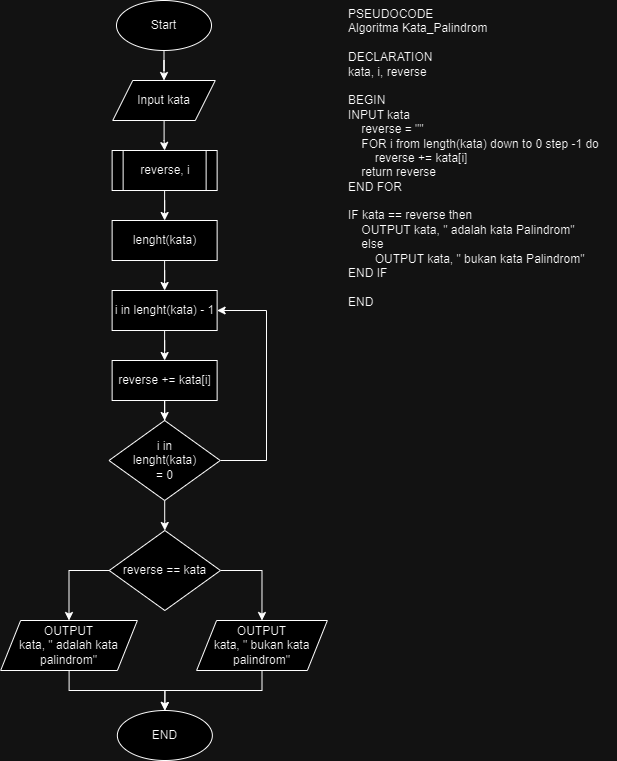
mfdrfauzi/fwg17-computer-science keeps this draw.io diagram as 6-Tasks-Computer-Science-Kata Palindrom.drawio.png. Above is the earlier version. Source tidied: cells renumbered, new cells last; positions are measured from the earlier drawing's top-left corner, leaving out a move shared by most shapes. Source of this version:
```xml
<mxGraphModel>
  <root>
    <mxCell id="0" />
    <mxCell id="1" parent="0" />
    <mxCell id="2" value="PSEUDOCODE&lt;br&gt;&lt;div&gt;Algoritma Kata_Palindrom&lt;/div&gt;&lt;div&gt;&lt;br&gt;&lt;/div&gt;&lt;div&gt;DECLARATION&lt;/div&gt;&lt;div&gt;kata, i, reverse&lt;/div&gt;&lt;div&gt;&lt;br&gt;&lt;/div&gt;&lt;div&gt;BEGIN&lt;/div&gt;&lt;div&gt;INPUT kata&lt;span style=&quot;&quot;&gt;&lt;/span&gt;&lt;/div&gt;&lt;div&gt;&lt;span style=&quot;&quot;&gt;&lt;span style=&quot;&quot;&gt;&lt;span style=&quot;white-space: pre;&quot;&gt;&amp;nbsp;&amp;nbsp;&amp;nbsp;&amp;nbsp;&lt;/span&gt;&lt;/span&gt;reverse = &quot;&quot;&lt;/span&gt;&lt;/div&gt;&lt;div&gt;&lt;span style=&quot;&quot;&gt;&lt;span style=&quot;&quot;&gt;&lt;span style=&quot;white-space: pre;&quot;&gt;&amp;nbsp;&amp;nbsp;&amp;nbsp;&amp;nbsp;FOR&lt;/span&gt;&lt;/span&gt;&amp;nbsp;i from length(kata) down to 0 step -1 do&lt;/span&gt;&lt;/div&gt;&lt;div&gt;&lt;span style=&quot;&quot;&gt;&lt;span style=&quot;&quot;&gt;&lt;span style=&quot;white-space: pre;&quot;&gt;&amp;nbsp;&amp;nbsp;&amp;nbsp;&amp;nbsp;&lt;/span&gt;&lt;span style=&quot;white-space: pre;&quot;&gt;&amp;nbsp;&amp;nbsp;&amp;nbsp;&amp;nbsp;&lt;/span&gt;&lt;/span&gt;reverse += kata[i]&lt;/span&gt;&lt;/div&gt;&lt;div&gt;&lt;span style=&quot;&quot;&gt;&lt;span style=&quot;&quot;&gt;&lt;span style=&quot;white-space: pre;&quot;&gt;&amp;nbsp;&amp;nbsp;&amp;nbsp;&amp;nbsp;&lt;/span&gt;&lt;/span&gt;return reverse&lt;/span&gt;&lt;/div&gt;&lt;div&gt;&lt;span style=&quot;&quot;&gt;END FOR&lt;/span&gt;&lt;/div&gt;&lt;div&gt;&lt;br&gt;&lt;/div&gt;&lt;div&gt;IF kata == reverse then&lt;/div&gt;&lt;div&gt;&lt;span style=&quot;&quot;&gt;&lt;span style=&quot;&quot;&gt;&lt;span style=&quot;white-space: pre;&quot;&gt;&amp;nbsp;&amp;nbsp;&amp;nbsp;&amp;nbsp;&lt;/span&gt;&lt;/span&gt;OUTPUT kata, &quot; adalah kata Palindrom&quot;&lt;/span&gt;&lt;/div&gt;&lt;div&gt;&lt;span style=&quot;&quot;&gt;&lt;span style=&quot;&quot;&gt;&lt;span style=&quot;white-space: pre;&quot;&gt;&amp;nbsp;&amp;nbsp;&amp;nbsp;&amp;nbsp;&lt;/span&gt;&lt;/span&gt;else&lt;/span&gt;&lt;/div&gt;&lt;div&gt;&lt;span style=&quot;&quot;&gt;&lt;span style=&quot;&quot;&gt;&lt;span style=&quot;white-space: pre;&quot;&gt;&amp;nbsp;&amp;nbsp;&amp;nbsp;&amp;nbsp;&lt;/span&gt;&lt;span style=&quot;white-space: pre;&quot;&gt;&amp;nbsp;&amp;nbsp;&amp;nbsp;&amp;nbsp;&lt;/span&gt;&lt;/span&gt;OUTPUT kata, &quot; bukan kata Palindrom&quot;&lt;/span&gt;&lt;/div&gt;&lt;div&gt;END IF&lt;/div&gt;&lt;div&gt;&lt;br&gt;&lt;/div&gt;&lt;div&gt;END&lt;span style=&quot;&quot;&gt;&lt;span style=&quot;white-space: pre;&quot;&gt;&amp;nbsp;&amp;nbsp;&amp;nbsp;&amp;nbsp;&lt;/span&gt;&lt;/span&gt;&lt;/div&gt;" style="text;html=1;align=left;verticalAlign=top;strokeColor=none;fillColor=none;" parent="1" vertex="1">
      <mxGeometry x="346" width="270" height="320" as="geometry" />
    </mxCell>
    <mxCell id="3" style="edgeStyle=orthogonalEdgeStyle;rounded=0;jettySize=auto;html=1;entryX=0.5;entryY=0;entryDx=0;entryDy=0;" parent="1" edge="1" source="4" target="6">
      <mxGeometry relative="1" as="geometry" />
    </mxCell>
    <mxCell id="4" value="Start" style="ellipse;whiteSpace=wrap;html=1;" parent="1" vertex="1">
      <mxGeometry x="116" width="95" height="50" as="geometry" />
    </mxCell>
    <mxCell id="5" style="edgeStyle=orthogonalEdgeStyle;rounded=0;jettySize=auto;html=1;entryX=0.5;entryY=0;entryDx=0;entryDy=0;" parent="1" edge="1" source="6" target="8">
      <mxGeometry relative="1" as="geometry" />
    </mxCell>
    <mxCell id="6" value="Input kata" style="shape=parallelogram;perimeter=parallelogramPerimeter;whiteSpace=wrap;html=1;fixedSize=1;" parent="1" vertex="1">
      <mxGeometry x="112.2" y="80" width="102.5" height="40" as="geometry" />
    </mxCell>
    <mxCell id="7" style="edgeStyle=orthogonalEdgeStyle;rounded=0;jettySize=auto;html=1;entryX=0.5;entryY=0;entryDx=0;entryDy=0;" parent="1" edge="1" source="8" target="10">
      <mxGeometry relative="1" as="geometry" />
    </mxCell>
    <mxCell id="8" value="reverse, i" style="shape=process;whiteSpace=wrap;html=1;backgroundOutline=1;" parent="1" vertex="1">
      <mxGeometry x="111.6" y="150" width="105" height="40" as="geometry" />
    </mxCell>
    <mxCell id="9" style="edgeStyle=orthogonalEdgeStyle;rounded=0;jettySize=auto;html=1;entryX=0.5;entryY=0;entryDx=0;entryDy=0;" parent="1" edge="1" source="10" target="20">
      <mxGeometry relative="1" as="geometry" />
    </mxCell>
    <mxCell id="10" value="lenght(kata)" style="rounded=0;whiteSpace=wrap;html=1;" parent="1" vertex="1">
      <mxGeometry x="111.6" y="220" width="105" height="40" as="geometry" />
    </mxCell>
    <mxCell id="11" style="edgeStyle=orthogonalEdgeStyle;rounded=0;jettySize=auto;html=1;entryX=0.5;entryY=0;entryDx=0;entryDy=0;" parent="1" edge="1" source="13" target="23">
      <mxGeometry relative="1" as="geometry" />
    </mxCell>
    <mxCell id="12" style="edgeStyle=orthogonalEdgeStyle;rounded=0;jettySize=auto;html=1;entryX=1;entryY=0.5;entryDx=0;entryDy=0;" parent="1" edge="1" source="13" target="20">
      <mxGeometry relative="1" as="geometry">
        <Array as="points">
          <mxPoint x="266" y="460" />
          <mxPoint x="266" y="310" />
        </Array>
      </mxGeometry>
    </mxCell>
    <mxCell id="13" value="i in&lt;br&gt;lenght(kata)&lt;br&gt;= 0" style="rhombus;whiteSpace=wrap;html=1;" parent="1" vertex="1">
      <mxGeometry x="108.5" y="420" width="111.2" height="80" as="geometry" />
    </mxCell>
    <mxCell id="14" style="edgeStyle=orthogonalEdgeStyle;rounded=0;jettySize=auto;html=1;entryX=0.5;entryY=0;entryDx=0;entryDy=0;" parent="1" edge="1" source="15" target="13">
      <mxGeometry relative="1" as="geometry" />
    </mxCell>
    <mxCell id="15" value="reverse += kata[i]" style="rounded=0;whiteSpace=wrap;html=1;" parent="1" vertex="1">
      <mxGeometry x="111.6" y="360" width="105" height="40" as="geometry" />
    </mxCell>
    <mxCell id="16" style="edgeStyle=orthogonalEdgeStyle;rounded=0;jettySize=auto;html=1;entryX=0.5;entryY=0;entryDx=0;entryDy=0;" parent="1" edge="1" source="17" target="18">
      <mxGeometry relative="1" as="geometry" />
    </mxCell>
    <mxCell id="17" value="OUTPUT&lt;br&gt;kata, &quot; adalah kata palindrom&quot;" style="shape=parallelogram;perimeter=parallelogramPerimeter;whiteSpace=wrap;html=1;fixedSize=1;" parent="1" vertex="1">
      <mxGeometry x="0.1" y="620" width="136.7" height="50" as="geometry" />
    </mxCell>
    <mxCell id="18" value="END" style="ellipse;whiteSpace=wrap;html=1;" parent="1" vertex="1">
      <mxGeometry x="116.8" y="710" width="95" height="50" as="geometry" />
    </mxCell>
    <mxCell id="19" style="edgeStyle=orthogonalEdgeStyle;rounded=0;jettySize=auto;html=1;entryX=0.5;entryY=0;entryDx=0;entryDy=0;" parent="1" edge="1" source="20" target="15">
      <mxGeometry relative="1" as="geometry" />
    </mxCell>
    <mxCell id="20" value="i in lenght(kata) - 1" style="rounded=0;whiteSpace=wrap;html=1;" parent="1" vertex="1">
      <mxGeometry x="111.6" y="290" width="105" height="40" as="geometry" />
    </mxCell>
    <mxCell id="21" style="edgeStyle=orthogonalEdgeStyle;rounded=0;jettySize=auto;html=1;entryX=0.5;entryY=0;entryDx=0;entryDy=0;" parent="1" edge="1" source="23" target="17">
      <mxGeometry relative="1" as="geometry">
        <Array as="points">
          <mxPoint x="68.8" y="570" />
        </Array>
      </mxGeometry>
    </mxCell>
    <mxCell id="22" style="edgeStyle=orthogonalEdgeStyle;rounded=0;jettySize=auto;html=1;entryX=0.5;entryY=0;entryDx=0;entryDy=0;" parent="1" edge="1" source="23" target="25">
      <mxGeometry relative="1" as="geometry">
        <Array as="points">
          <mxPoint x="261.9" y="570" />
        </Array>
      </mxGeometry>
    </mxCell>
    <mxCell id="23" value="reverse == kata" style="rhombus;whiteSpace=wrap;html=1;" parent="1" vertex="1">
      <mxGeometry x="108.7" y="530" width="111.2" height="80" as="geometry" />
    </mxCell>
    <mxCell id="24" style="edgeStyle=orthogonalEdgeStyle;rounded=0;jettySize=auto;html=1;entryX=0.5;entryY=0;entryDx=0;entryDy=0;" parent="1" edge="1" source="25" target="18">
      <mxGeometry relative="1" as="geometry" />
    </mxCell>
    <mxCell id="25" value="OUTPUT&lt;br style=&quot;border-color: var(--border-color);&quot;&gt;kata, &quot; bukan kata palindrom&quot;" style="shape=parallelogram;perimeter=parallelogramPerimeter;whiteSpace=wrap;html=1;fixedSize=1;" parent="1" vertex="1">
      <mxGeometry x="196.1" y="620" width="130.8" height="50" as="geometry" />
    </mxCell>
  </root>
</mxGraphModel>
```
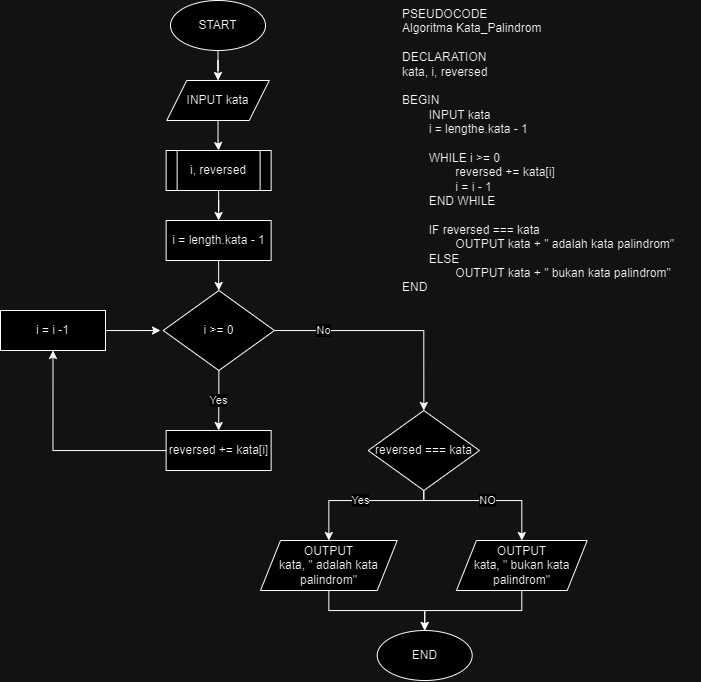
After the change.

What changed in the source:
```diff
@@ -2,90 +2,92 @@
   <root>
     <mxCell id="0" />
     <mxCell id="1" parent="0" />
-    <mxCell id="2" value="PSEUDOCODE&lt;br&gt;&lt;div&gt;Algoritma Kata_Palindrom&lt;/div&gt;&lt;div&gt;&lt;br&gt;&lt;/div&gt;&lt;div&gt;DECLARATION&lt;/div&gt;&lt;div&gt;kata, i, reverse&lt;/div&gt;&lt;div&gt;&lt;br&gt;&lt;/div&gt;&lt;div&gt;BEGIN&lt;/div&gt;&lt;div&gt;INPUT kata&lt;span style=&quot;&quot;&gt;&lt;/span&gt;&lt;/div&gt;&lt;div&gt;&lt;span style=&quot;&quot;&gt;&lt;span style=&quot;&quot;&gt;&lt;span style=&quot;white-space: pre;&quot;&gt;&amp;nbsp;&amp;nbsp;&amp;nbsp;&amp;nbsp;&lt;/span&gt;&lt;/span&gt;reverse = &quot;&quot;&lt;/span&gt;&lt;/div&gt;&lt;div&gt;&lt;span style=&quot;&quot;&gt;&lt;span style=&quot;&quot;&gt;&lt;span style=&quot;white-space: pre;&quot;&gt;&amp;nbsp;&amp;nbsp;&amp;nbsp;&amp;nbsp;FOR&lt;/span&gt;&lt;/span&gt;&amp;nbsp;i from length(kata) down to 0 step -1 do&lt;/span&gt;&lt;/div&gt;&lt;div&gt;&lt;span style=&quot;&quot;&gt;&lt;span style=&quot;&quot;&gt;&lt;span style=&quot;white-space: pre;&quot;&gt;&amp;nbsp;&amp;nbsp;&amp;nbsp;&amp;nbsp;&lt;/span&gt;&lt;span style=&quot;white-space: pre;&quot;&gt;&amp;nbsp;&amp;nbsp;&amp;nbsp;&amp;nbsp;&lt;/span&gt;&lt;/span&gt;reverse += kata[i]&lt;/span&gt;&lt;/div&gt;&lt;div&gt;&lt;span style=&quot;&quot;&gt;&lt;span style=&quot;&quot;&gt;&lt;span style=&quot;white-space: pre;&quot;&gt;&amp;nbsp;&amp;nbsp;&amp;nbsp;&amp;nbsp;&lt;/span&gt;&lt;/span&gt;return reverse&lt;/span&gt;&lt;/div&gt;&lt;div&gt;&lt;span style=&quot;&quot;&gt;END FOR&lt;/span&gt;&lt;/div&gt;&lt;div&gt;&lt;br&gt;&lt;/div&gt;&lt;div&gt;IF kata == reverse then&lt;/div&gt;&lt;div&gt;&lt;span style=&quot;&quot;&gt;&lt;span style=&quot;&quot;&gt;&lt;span style=&quot;white-space: pre;&quot;&gt;&amp;nbsp;&amp;nbsp;&amp;nbsp;&amp;nbsp;&lt;/span&gt;&lt;/span&gt;OUTPUT kata, &quot; adalah kata Palindrom&quot;&lt;/span&gt;&lt;/div&gt;&lt;div&gt;&lt;span style=&quot;&quot;&gt;&lt;span style=&quot;&quot;&gt;&lt;span style=&quot;white-space: pre;&quot;&gt;&amp;nbsp;&amp;nbsp;&amp;nbsp;&amp;nbsp;&lt;/span&gt;&lt;/span&gt;else&lt;/span&gt;&lt;/div&gt;&lt;div&gt;&lt;span style=&quot;&quot;&gt;&lt;span style=&quot;&quot;&gt;&lt;span style=&quot;white-space: pre;&quot;&gt;&amp;nbsp;&amp;nbsp;&amp;nbsp;&amp;nbsp;&lt;/span&gt;&lt;span style=&quot;white-space: pre;&quot;&gt;&amp;nbsp;&amp;nbsp;&amp;nbsp;&amp;nbsp;&lt;/span&gt;&lt;/span&gt;OUTPUT kata, &quot; bukan kata Palindrom&quot;&lt;/span&gt;&lt;/div&gt;&lt;div&gt;END IF&lt;/div&gt;&lt;div&gt;&lt;br&gt;&lt;/div&gt;&lt;div&gt;END&lt;span style=&quot;&quot;&gt;&lt;span style=&quot;white-space: pre;&quot;&gt;&amp;nbsp;&amp;nbsp;&amp;nbsp;&amp;nbsp;&lt;/span&gt;&lt;/span&gt;&lt;/div&gt;" style="text;html=1;align=left;verticalAlign=top;strokeColor=none;fillColor=none;" parent="1" vertex="1">
-      <mxGeometry x="346" width="270" height="320" as="geometry" />
+    <mxCell id="2" value="PSEUDOCODE&lt;br&gt;&lt;div&gt;Algoritma Kata_Palindrom&lt;/div&gt;&lt;div&gt;&lt;br&gt;&lt;/div&gt;&lt;div&gt;DECLARATION&lt;/div&gt;&lt;div&gt;kata, i, reversed&lt;/div&gt;&lt;div&gt;&lt;br&gt;&lt;/div&gt;&lt;div&gt;BEGIN&lt;/div&gt;&lt;div&gt;&lt;span style=&quot;white-space: pre;&quot;&gt;&#9;&lt;/span&gt;INPUT kata&lt;/div&gt;&lt;div&gt;&lt;span style=&quot;white-space: pre;&quot;&gt;&#9;&lt;/span&gt;i = lengthe.kata - 1&lt;br&gt;&lt;/div&gt;&lt;div&gt;&lt;span style=&quot;white-space: pre;&quot;&gt;&#9;&lt;/span&gt;&lt;/div&gt;&lt;div&gt;&lt;span style=&quot;white-space: pre;&quot;&gt;&#9;&lt;/span&gt;WHILE i &amp;gt;= 0&lt;/div&gt;&lt;div&gt;&lt;span style=&quot;white-space: pre;&quot;&gt;&#9;&lt;/span&gt;&lt;span style=&quot;white-space: pre;&quot;&gt;&#9;&lt;/span&gt;reversed += kata[i]&lt;br&gt;&lt;/div&gt;&lt;div&gt;&lt;span style=&quot;white-space: pre;&quot;&gt;&#9;&lt;/span&gt;&lt;span style=&quot;white-space: pre;&quot;&gt;&#9;&lt;/span&gt;i = i - 1&lt;br&gt;&lt;/div&gt;&lt;div&gt;&lt;span style=&quot;white-space: pre;&quot;&gt;&#9;&lt;/span&gt;END WHILE&lt;br&gt;&lt;/div&gt;&lt;div&gt;&lt;br&gt;&lt;/div&gt;&lt;div&gt;&lt;span style=&quot;white-space: pre;&quot;&gt;&#9;&lt;/span&gt;IF reversed === kata&lt;br&gt;&lt;/div&gt;&lt;div&gt;&lt;span style=&quot;white-space: pre;&quot;&gt;&#9;&lt;/span&gt;&lt;span style=&quot;white-space: pre;&quot;&gt;&#9;&lt;/span&gt;OUTPUT kata + &quot; adalah kata palindrom&quot;&lt;br&gt;&lt;/div&gt;&lt;div&gt;&lt;span style=&quot;white-space: pre;&quot;&gt;&#9;&lt;/span&gt;ELSE&lt;br&gt;&lt;/div&gt;&lt;div&gt;&lt;span style=&quot;white-space: pre;&quot;&gt;&#9;&lt;/span&gt;&lt;span style=&quot;white-space: pre;&quot;&gt;&#9;&lt;/span&gt;OUTPUT kata + &quot; bukan kata palindrom&quot;&lt;br&gt;&lt;/div&gt;&lt;div&gt;END&lt;/div&gt;&lt;div&gt;&lt;br&gt;&lt;/div&gt;" style="text;html=1;align=left;verticalAlign=top;strokeColor=none;fillColor=none;" parent="1" vertex="1">
+      <mxGeometry x="346" width="300" height="320" as="geometry" />
     </mxCell>
     <mxCell id="3" style="edgeStyle=orthogonalEdgeStyle;rounded=0;jettySize=auto;html=1;entryX=0.5;entryY=0;entryDx=0;entryDy=0;" parent="1" edge="1" source="4" target="6">
       <mxGeometry relative="1" as="geometry" />
     </mxCell>
-    <mxCell id="4" value="Start" style="ellipse;whiteSpace=wrap;html=1;" parent="1" vertex="1">
+    <mxCell id="4" value="START" style="ellipse;whiteSpace=wrap;html=1;" parent="1" vertex="1">
       <mxGeometry x="116" width="95" height="50" as="geometry" />
     </mxCell>
     <mxCell id="5" style="edgeStyle=orthogonalEdgeStyle;rounded=0;jettySize=auto;html=1;entryX=0.5;entryY=0;entryDx=0;entryDy=0;" parent="1" edge="1" source="6" target="8">
       <mxGeometry relative="1" as="geometry" />
     </mxCell>
-    <mxCell id="6" value="Input kata" style="shape=parallelogram;perimeter=parallelogramPerimeter;whiteSpace=wrap;html=1;fixedSize=1;" parent="1" vertex="1">
+    <mxCell id="6" value="INPUT kata" style="shape=parallelogram;perimeter=parallelogramPerimeter;whiteSpace=wrap;html=1;fixedSize=1;" parent="1" vertex="1">
       <mxGeometry x="112.2" y="80" width="102.5" height="40" as="geometry" />
     </mxCell>
     <mxCell id="7" style="edgeStyle=orthogonalEdgeStyle;rounded=0;jettySize=auto;html=1;entryX=0.5;entryY=0;entryDx=0;entryDy=0;" parent="1" edge="1" source="8" target="10">
       <mxGeometry relative="1" as="geometry" />
     </mxCell>
-    <mxCell id="8" value="reverse, i" style="shape=process;whiteSpace=wrap;html=1;backgroundOutline=1;" parent="1" vertex="1">
+    <mxCell id="8" value="i, reversed" style="shape=process;whiteSpace=wrap;html=1;backgroundOutline=1;" parent="1" vertex="1">
       <mxGeometry x="111.6" y="150" width="105" height="40" as="geometry" />
     </mxCell>
-    <mxCell id="9" style="edgeStyle=orthogonalEdgeStyle;rounded=0;jettySize=auto;html=1;entryX=0.5;entryY=0;entryDx=0;entryDy=0;" parent="1" edge="1" source="10" target="20">
-      <mxGeometry relative="1" as="geometry" />
-    </mxCell>
+    <mxCell id="26" style="edgeStyle=orthogonalEdgeStyle;rounded=0;jettySize=auto;html=1;entryX=0.5;entryY=0;entryDx=0;entryDy=0;" parent="1" edge="1" source="10" target="13">
+      <mxGeometry relative="1" as="geometry" />
+    </mxCell>
-    <mxCell id="10" value="lenght(kata)" style="rounded=0;whiteSpace=wrap;html=1;" parent="1" vertex="1">
+    <mxCell id="10" value="i = length.kata - 1" style="rounded=0;whiteSpace=wrap;html=1;" parent="1" vertex="1">
       <mxGeometry x="111.6" y="220" width="105" height="40" as="geometry" />
     </mxCell>
+    <mxCell id="27" value="Yes" style="edgeStyle=orthogonalEdgeStyle;rounded=0;jettySize=auto;html=1;entryX=0.5;entryY=0;entryDx=0;entryDy=0;" parent="1" edge="1" source="13" target="15">
+      <mxGeometry relative="1" as="geometry" />
+    </mxCell>
     <mxCell id="11" style="edgeStyle=orthogonalEdgeStyle;rounded=0;jettySize=auto;html=1;entryX=0.5;entryY=0;entryDx=0;entryDy=0;" parent="1" edge="1" source="13" target="23">
       <mxGeometry relative="1" as="geometry" />
     </mxCell>
-    <mxCell id="12" style="edgeStyle=orthogonalEdgeStyle;rounded=0;jettySize=auto;html=1;entryX=1;entryY=0.5;entryDx=0;entryDy=0;" parent="1" edge="1" source="13" target="20">
-      <mxGeometry relative="1" as="geometry">
-        <Array as="points">
-          <mxPoint x="266" y="460" />
-          <mxPoint x="266" y="310" />
-        </Array>
-      </mxGeometry>
-    </mxCell>
+    <mxCell id="28" value="No" style="edgeLabel;html=1;align=center;verticalAlign=middle;" parent="11" vertex="1">
+      <mxGeometry x="-0.58" y="1" relative="1" as="geometry" />
+    </mxCell>
-    <mxCell id="13" value="i in&lt;br&gt;lenght(kata)&lt;br&gt;= 0" style="rhombus;whiteSpace=wrap;html=1;" parent="1" vertex="1">
-      <mxGeometry x="108.5" y="420" width="111.2" height="80" as="geometry" />
+    <mxCell id="13" value="i &amp;gt;= 0" style="rhombus;whiteSpace=wrap;html=1;" parent="1" vertex="1">
+      <mxGeometry x="108.7" y="290" width="111.2" height="80" as="geometry" />
     </mxCell>
-    <mxCell id="14" style="edgeStyle=orthogonalEdgeStyle;rounded=0;jettySize=auto;html=1;entryX=0.5;entryY=0;entryDx=0;entryDy=0;" parent="1" edge="1" source="15" target="13">
-      <mxGeometry relative="1" as="geometry" />
-    </mxCell>
+    <mxCell id="29" style="edgeStyle=orthogonalEdgeStyle;rounded=0;jettySize=auto;html=1;entryX=0.5;entryY=1;entryDx=0;entryDy=0;" parent="1" edge="1" source="15" target="31">
+      <mxGeometry relative="1" as="geometry" />
+    </mxCell>
-    <mxCell id="15" value="reverse += kata[i]" style="rounded=0;whiteSpace=wrap;html=1;" parent="1" vertex="1">
-      <mxGeometry x="111.6" y="360" width="105" height="40" as="geometry" />
+    <mxCell id="15" value="reversed += kata[i]" style="rounded=0;whiteSpace=wrap;html=1;" parent="1" vertex="1">
+      <mxGeometry x="111.6" y="430" width="105" height="40" as="geometry" />
     </mxCell>
     <mxCell id="16" style="edgeStyle=orthogonalEdgeStyle;rounded=0;jettySize=auto;html=1;entryX=0.5;entryY=0;entryDx=0;entryDy=0;" parent="1" edge="1" source="17" target="18">
       <mxGeometry relative="1" as="geometry" />
     </mxCell>
     <mxCell id="17" value="OUTPUT&lt;br&gt;kata, &quot; adalah kata palindrom&quot;" style="shape=parallelogram;perimeter=parallelogramPerimeter;whiteSpace=wrap;html=1;fixedSize=1;" parent="1" vertex="1">
-      <mxGeometry x="0.1" y="620" width="136.7" height="50" as="geometry" />
+      <mxGeometry x="206" y="540" width="136.7" height="50" as="geometry" />
     </mxCell>
     <mxCell id="18" value="END" style="ellipse;whiteSpace=wrap;html=1;" parent="1" vertex="1">
-      <mxGeometry x="116.8" y="710" width="95" height="50" as="geometry" />
+      <mxGeometry x="322.7" y="630" width="95" height="50" as="geometry" />
     </mxCell>
-    <mxCell id="19" style="edgeStyle=orthogonalEdgeStyle;rounded=0;jettySize=auto;html=1;entryX=0.5;entryY=0;entryDx=0;entryDy=0;" parent="1" edge="1" source="20" target="15">
-      <mxGeometry relative="1" as="geometry" />
-    </mxCell>
-    <mxCell id="20" value="i in lenght(kata) - 1" style="rounded=0;whiteSpace=wrap;html=1;" parent="1" vertex="1">
-      <mxGeometry x="111.6" y="290" width="105" height="40" as="geometry" />
-    </mxCell>
-    <mxCell id="21" style="edgeStyle=orthogonalEdgeStyle;rounded=0;jettySize=auto;html=1;entryX=0.5;entryY=0;entryDx=0;entryDy=0;" parent="1" edge="1" source="23" target="17">
+    <mxCell id="21" value="Yes" style="edgeStyle=orthogonalEdgeStyle;rounded=0;jettySize=auto;html=1;entryX=0.5;entryY=0;entryDx=0;entryDy=0;" parent="1" edge="1" source="23" target="17">
       <mxGeometry relative="1" as="geometry">
         <Array as="points">
-          <mxPoint x="68.8" y="570" />
+          <mxPoint x="369" y="500" />
+          <mxPoint x="274" y="500" />
         </Array>
       </mxGeometry>
     </mxCell>
-    <mxCell id="22" style="edgeStyle=orthogonalEdgeStyle;rounded=0;jettySize=auto;html=1;entryX=0.5;entryY=0;entryDx=0;entryDy=0;" parent="1" edge="1" source="23" target="25">
+    <mxCell id="22" value="NO" style="edgeStyle=orthogonalEdgeStyle;rounded=0;jettySize=auto;html=1;entryX=0.5;entryY=0;entryDx=0;entryDy=0;" parent="1" edge="1" source="23" target="25">
       <mxGeometry relative="1" as="geometry">
         <Array as="points">
-          <mxPoint x="261.9" y="570" />
+          <mxPoint x="369" y="500" />
+          <mxPoint x="467" y="500" />
         </Array>
       </mxGeometry>
     </mxCell>
-    <mxCell id="23" value="reverse == kata" style="rhombus;whiteSpace=wrap;html=1;" parent="1" vertex="1">
-      <mxGeometry x="108.7" y="530" width="111.2" height="80" as="geometry" />
+    <mxCell id="23" value="reversed === kata" style="rhombus;whiteSpace=wrap;html=1;" parent="1" vertex="1">
+      <mxGeometry x="313.7" y="410" width="111.2" height="80" as="geometry" />
     </mxCell>
     <mxCell id="24" style="edgeStyle=orthogonalEdgeStyle;rounded=0;jettySize=auto;html=1;entryX=0.5;entryY=0;entryDx=0;entryDy=0;" parent="1" edge="1" source="25" target="18">
       <mxGeometry relative="1" as="geometry" />
     </mxCell>
     <mxCell id="25" value="OUTPUT&lt;br style=&quot;border-color: var(--border-color);&quot;&gt;kata, &quot; bukan kata palindrom&quot;" style="shape=parallelogram;perimeter=parallelogramPerimeter;whiteSpace=wrap;html=1;fixedSize=1;" parent="1" vertex="1">
-      <mxGeometry x="196.1" y="620" width="130.8" height="50" as="geometry" />
+      <mxGeometry x="401.9" y="540" width="130.8" height="50" as="geometry" />
     </mxCell>
+    <mxCell id="30" style="edgeStyle=orthogonalEdgeStyle;rounded=0;jettySize=auto;html=1;" parent="1" edge="1" source="31">
+      <mxGeometry relative="1" as="geometry">
+        <mxPoint x="106" y="330" as="targetPoint" />
+      </mxGeometry>
+    </mxCell>
+    <mxCell id="31" value="i = i -1" style="rounded=0;whiteSpace=wrap;html=1;" parent="1" vertex="1">
+      <mxGeometry x="-54" y="310" width="105" height="40" as="geometry" />
+    </mxCell>
   </root>
 </mxGraphModel>
```
